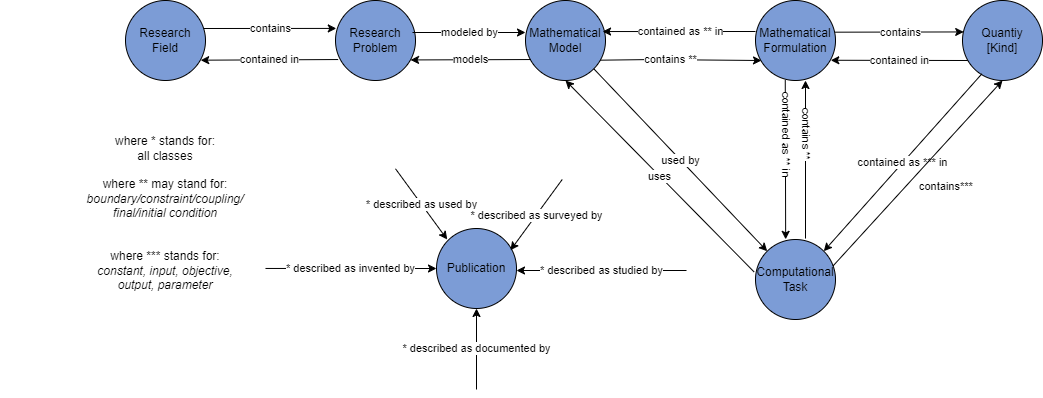
MaRDI4NFDI/MathModDB keeps this draw.io diagram as docs/customSections/images/MathModDB.png. Above is the earlier version. Source tidied: cells renumbered, new cells last; positions are measured from the earlier drawing's top-left corner, leaving out a move shared by most shapes.
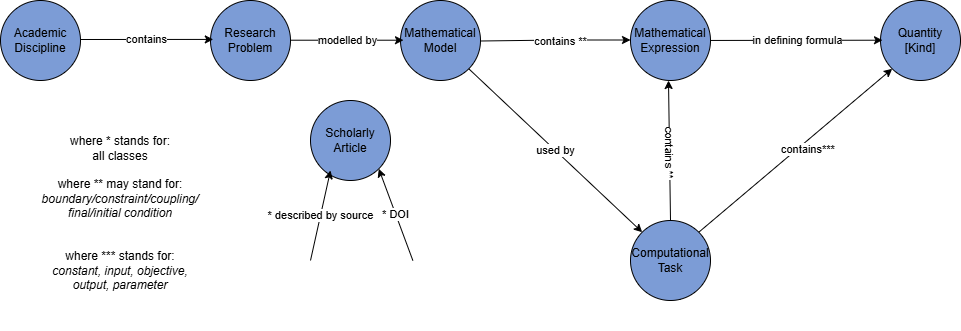
The same diagram one commit later.

Diff of the diagram source:
```diff
@@ -2,7 +2,7 @@
   <root>
     <mxCell id="0" />
     <mxCell id="1" parent="0" />
-    <mxCell id="2" value="Research&lt;br&gt;&lt;div&gt;Field&lt;/div&gt;" style="ellipse;whiteSpace=wrap;html=1;fillColor=#7c9cd6;" parent="1" vertex="1">
+    <mxCell id="2" value="Academic Discipline" style="ellipse;whiteSpace=wrap;html=1;fillColor=#7c9cd6;" parent="1" vertex="1">
       <mxGeometry x="125" width="80" height="80" as="geometry" />
     </mxCell>
     <mxCell id="3" value="Research&lt;br&gt;&lt;div&gt;Problem&lt;/div&gt;" style="ellipse;whiteSpace=wrap;html=1;fillColor=#7c9cd6;" parent="1" vertex="1">
@@ -11,100 +11,73 @@
     <mxCell id="4" value="Mathematical&lt;br&gt;Model" style="ellipse;whiteSpace=wrap;html=1;fillColor=#7c9cd6;" parent="1" vertex="1">
       <mxGeometry x="525" width="80" height="80" as="geometry" />
     </mxCell>
-    <mxCell id="5" value="Mathematical&lt;br&gt;Formulation" style="ellipse;whiteSpace=wrap;html=1;fillColor=#7c9cd6;" parent="1" vertex="1">
+    <mxCell id="5" value="Mathematical&lt;br&gt;Expression" style="ellipse;whiteSpace=wrap;html=1;fillColor=#7c9cd6;" parent="1" vertex="1">
       <mxGeometry x="755" width="80" height="80" as="geometry" />
     </mxCell>
-    <mxCell id="6" value="Quantiy&lt;br&gt;[Kind]" style="ellipse;whiteSpace=wrap;html=1;fillColor=#7c9cd6;" parent="1" vertex="1">
-      <mxGeometry x="962" width="80" height="80" as="geometry" />
+    <mxCell id="6" value="Quantity&lt;br&gt;[Kind]" style="ellipse;whiteSpace=wrap;html=1;fillColor=#7c9cd6;" parent="1" vertex="1">
+      <mxGeometry x="1005" width="80" height="80" as="geometry" />
     </mxCell>
-    <mxCell id="7" value="Computational&lt;br&gt;Task" style="ellipse;whiteSpace=wrap;html=1;fillColor=#7c9cd6;" parent="1" vertex="1">
-      <mxGeometry x="755" y="239" width="80" height="80" as="geometry" />
-    </mxCell>
-    <mxCell id="8" value="contains" style="endArrow=classic;html=1;rounded=0;entryX=0.01;entryY=0.349;entryDx=0;entryDy=0;entryPerimeter=0;" parent="1" edge="1" target="3">
+    <mxCell id="8" value="contains" style="endArrow=classic;html=1;rounded=0;entryX=0.01;entryY=0.349;entryDx=0;entryDy=0;entryPerimeter=0;" parent="1" edge="1">
       <mxGeometry relative="1" as="geometry">
-        <mxPoint x="203" y="28" as="sourcePoint" />
+        <mxPoint x="205" y="39" as="sourcePoint" />
+        <mxPoint x="337.8" y="38.9" as="targetPoint" />
       </mxGeometry>
     </mxCell>
-    <mxCell id="9" value="contained in" style="endArrow=classic;html=1;rounded=0;entryX=0.94;entryY=0.746;entryDx=0;entryDy=0;entryPerimeter=0;exitX=0.033;exitY=0.738;exitDx=0;exitDy=0;exitPerimeter=0;" parent="1" edge="1" source="3" target="2">
-      <mxGeometry relative="1" as="geometry" />
-    </mxCell>
-    <mxCell id="10" value="modeled by" style="endArrow=classic;html=1;rounded=0;entryX=0;entryY=0.4;entryDx=0;entryDy=0;entryPerimeter=0;" parent="1" edge="1" target="4">
-      <mxGeometry relative="1" as="geometry">
-        <mxPoint x="412" y="32" as="sourcePoint" />
+    <mxCell id="10" value="modelled by" style="endArrow=classic;html=1;rounded=0;entryX=0;entryY=0.4;entryDx=0;entryDy=0;entryPerimeter=0;" parent="1" edge="1">
+      <mxGeometry x="0.01" relative="1" as="geometry">
+        <mxPoint x="415" y="39.7" as="sourcePoint" />
+        <mxPoint x="528" y="39.7" as="targetPoint" />
       </mxGeometry>
     </mxCell>
-    <mxCell id="11" value="models" style="endArrow=classic;html=1;rounded=0;entryX=0.938;entryY=0.743;entryDx=0;entryDy=0;entryPerimeter=0;exitX=0.067;exitY=0.738;exitDx=0;exitDy=0;exitPerimeter=0;" parent="1" edge="1" source="4" target="3">
-      <mxGeometry relative="1" as="geometry" />
-    </mxCell>
-    <mxCell id="12" value="contains **" style="endArrow=classic;html=1;rounded=0;exitX=0.933;exitY=0.746;exitDx=0;exitDy=0;exitPerimeter=0;" parent="1" edge="1" source="4">
-      <mxGeometry relative="1" as="geometry">
-        <mxPoint x="761" y="60" as="targetPoint" />
+    <mxCell id="12" value="contains **" style="endArrow=classic;html=1;rounded=0;exitX=1;exitY=0.5;exitDx=0;exitDy=0;" parent="1" edge="1">
+      <mxGeometry x="0.07" y="-1" relative="1" as="geometry">
+        <mxPoint x="605" y="40.5" as="sourcePoint" />
+        <mxPoint x="755" y="39.5" as="targetPoint" />
         <Array as="points">
-          <mxPoint x="655" y="59" />
-          <mxPoint x="645" y="59" />
+          <mxPoint x="685" y="39.5" />
         </Array>
       </mxGeometry>
     </mxCell>
-    <mxCell id="13" value="contains" style="endArrow=classic;html=1;rounded=0;exitX=0.99;exitY=0.396;exitDx=0;exitDy=0;exitPerimeter=0;entryX=0.015;entryY=0.393;entryDx=0;entryDy=0;entryPerimeter=0;" parent="1" edge="1" source="5" target="6">
-      <mxGeometry x="0.01" relative="1" as="geometry" />
+    <mxCell id="13" value="in defining formula" style="endArrow=classic;html=1;rounded=0;exitX=0.99;exitY=0.396;exitDx=0;exitDy=0;exitPerimeter=0;entryX=0.015;entryY=0.393;entryDx=0;entryDy=0;entryPerimeter=0;" parent="1" edge="1">
+      <mxGeometry x="0.01" relative="1" as="geometry">
+        <mxPoint x="835" y="40" as="sourcePoint" />
+        <mxPoint x="1007" y="39.7" as="targetPoint" />
+      </mxGeometry>
     </mxCell>
-    <mxCell id="14" value="contain&lt;span style=&quot;background-color: light-dark(#ffffff, var(--ge-dark-color, #121212)); color: light-dark(rgb(0, 0, 0), rgb(255, 255, 255));&quot;&gt;ed in&lt;/span&gt;" style="endArrow=classic;html=1;rounded=0;entryX=0.941;entryY=0.747;entryDx=0;entryDy=0;entryPerimeter=0;exitX=0.067;exitY=0.75;exitDx=0;exitDy=0;exitPerimeter=0;" parent="1" edge="1" source="6" target="5">
-      <mxGeometry relative="1" as="geometry" />
-    </mxCell>
     <mxCell id="15" value="used by" style="endArrow=classic;html=1;rounded=0;exitX=1;exitY=1;exitDx=0;exitDy=0;entryX=0;entryY=0;entryDx=0;entryDy=0;" parent="1" edge="1" source="4" target="7">
       <mxGeometry relative="1" as="geometry" />
     </mxCell>
-    <mxCell id="16" value="uses" style="endArrow=classic;html=1;rounded=0;exitX=-0.019;exitY=0.404;exitDx=0;exitDy=0;exitPerimeter=0;entryX=0.5;entryY=1;entryDx=0;entryDy=0;" parent="1" edge="1" source="7" target="4">
-      <mxGeometry relative="1" as="geometry" />
-    </mxCell>
-    <mxCell id="17" value="contained as ** in" style="endArrow=classic;html=1;rounded=0;exitX=0.372;exitY=0.993;exitDx=0;exitDy=0;exitPerimeter=0;entryX=0.377;entryY=-0.002;entryDx=0;entryDy=0;entryPerimeter=0;textDirection=vertical-rl;" parent="1" edge="1" source="5" target="7">
-      <mxGeometry relative="1" as="geometry" />
-    </mxCell>
-    <mxCell id="18" value="contains **" style="endArrow=classic;html=1;rounded=0;exitX=0.625;exitY=-0.012;exitDx=0;exitDy=0;exitPerimeter=0;entryX=0.625;entryY=1;entryDx=0;entryDy=0;entryPerimeter=0;textDirection=vertical-lr;" parent="1" edge="1" source="7" target="5">
-      <mxGeometry relative="1" as="geometry" />
+    <mxCell id="18" value="contains **" style="endArrow=classic;html=1;rounded=0;entryX=0.625;entryY=1;entryDx=0;entryDy=0;entryPerimeter=0;textDirection=vertical-lr;exitX=0.5;exitY=0;exitDx=0;exitDy=0;" parent="1" edge="1" source="7">
+      <mxGeometry x="-0.4" y="1" relative="1" as="geometry">
+        <mxPoint x="793" y="80" as="targetPoint" />
+      </mxGeometry>
     </mxCell>
-    <mxCell id="19" value="contained as *** in" style="endArrow=classic;html=1;rounded=0;exitX=0.241;exitY=0.918;exitDx=0;exitDy=0;exitPerimeter=0;entryX=1;entryY=0;entryDx=0;entryDy=0;labelPosition=center;verticalLabelPosition=middle;align=center;verticalAlign=middle;" parent="1" edge="1" source="6" target="7">
-      <mxGeometry relative="1" as="geometry" />
-    </mxCell>
-    <mxCell id="20" value="contains***" style="endArrow=classic;html=1;rounded=0;entryX=0.5;entryY=1;entryDx=0;entryDy=0;exitX=0.967;exitY=0.333;exitDx=0;exitDy=0;exitPerimeter=0;labelPosition=right;verticalLabelPosition=bottom;align=left;verticalAlign=top;" parent="1" edge="1" source="7" target="6">
-      <mxGeometry relative="1" as="geometry" />
+    <mxCell id="20" value="contains***" style="endArrow=classic;html=1;rounded=0;entryX=0;entryY=1;entryDx=0;entryDy=0;exitX=1;exitY=0;exitDx=0;exitDy=0;labelPosition=right;verticalLabelPosition=bottom;align=left;verticalAlign=top;" parent="1" edge="1" source="7" target="6">
+      <mxGeometry x="-0.03" y="21" relative="1" as="geometry" />
     </mxCell>
-    <mxCell id="21" value="Publication" style="ellipse;whiteSpace=wrap;html=1;fillColor=#7c9cd6;" parent="1" vertex="1">
-      <mxGeometry x="436" y="228" width="80" height="80" as="geometry" />
+    <mxCell id="21" value="Scholarly Article" style="ellipse;whiteSpace=wrap;html=1;fillColor=#7c9cd6;" parent="1" vertex="1">
+      <mxGeometry x="435" y="100" width="80" height="80" as="geometry" />
     </mxCell>
-    <mxCell id="22" value="* described as used by" style="endArrow=classic;html=1;rounded=0;entryX=0;entryY=0;entryDx=0;entryDy=0;" parent="1" edge="1">
-      <mxGeometry relative="1" as="geometry">
-        <mxPoint x="395" y="168.3" as="sourcePoint" />
-        <mxPoint x="446.7" y="239" as="targetPoint" />
-      </mxGeometry>
-    </mxCell>
-    <mxCell id="23" value="* described as studied by" style="endArrow=classic;html=1;rounded=0;entryX=1;entryY=0.5;entryDx=0;entryDy=0;" parent="1" edge="1">
-      <mxGeometry relative="1" as="geometry">
-        <mxPoint x="686" y="270" as="sourcePoint" />
-        <mxPoint x="516" y="270" as="targetPoint" />
-      </mxGeometry>
-    </mxCell>
-    <mxCell id="24" value="* described as documented by" style="endArrow=classic;html=1;rounded=0;entryX=0.5;entryY=1;entryDx=0;entryDy=0;" parent="1" edge="1" target="21">
-      <mxGeometry relative="1" as="geometry">
-        <mxPoint x="476" y="389" as="sourcePoint" />
+    <mxCell id="24" value="* described by source" style="endArrow=classic;html=1;rounded=0;entryX=0.25;entryY=0.875;entryDx=0;entryDy=0;entryPerimeter=0;" parent="1" edge="1" target="21">
+      <mxGeometry x="-0.01" relative="1" as="geometry">
+        <mxPoint x="435" y="260" as="sourcePoint" />
       </mxGeometry>
     </mxCell>
-    <mxCell id="25" value="* described as invented by" style="endArrow=classic;html=1;rounded=0;entryX=0;entryY=0.5;entryDx=0;entryDy=0;exitX=0.803;exitY=0.718;exitDx=0;exitDy=0;exitPerimeter=0;" parent="1" edge="1" source="27" target="21">
-      <mxGeometry relative="1" as="geometry" />
-    </mxCell>
-    <mxCell id="26" value="* described as surveyed by" style="endArrow=classic;html=1;rounded=0;entryX=1;entryY=0;entryDx=0;entryDy=0;" parent="1" edge="1">
-      <mxGeometry relative="1" as="geometry">
-        <mxPoint x="561.7" y="179" as="sourcePoint" />
-        <mxPoint x="510" y="249.7" as="targetPoint" />
-      </mxGeometry>
-    </mxCell>
     <mxCell id="27" value="where * stands for:&lt;br&gt;&lt;div&gt;all classes&lt;/div&gt;&lt;div&gt;&lt;br&gt;&lt;/div&gt;where ** may stand for:&lt;br&gt;&lt;i&gt;boundary/&lt;/i&gt;&lt;i&gt;constraint/coupling/&lt;br&gt;&lt;/i&gt;&lt;i&gt;final/&lt;/i&gt;&lt;i style=&quot;background-color: transparent; color: light-dark(rgb(0, 0, 0), rgb(255, 255, 255));&quot;&gt;initial&amp;nbsp;&lt;/i&gt;&lt;i style=&quot;background-color: transparent; color: light-dark(rgb(0, 0, 0), rgb(255, 255, 255));&quot;&gt;condition&lt;/i&gt;&lt;div&gt;&lt;div&gt;&lt;i&gt;&lt;br&gt;&lt;/i&gt;&lt;div&gt;&lt;br&gt;&lt;/div&gt;&lt;div&gt;where *** stands for:&lt;/div&gt;&lt;i&gt;constant,&amp;nbsp;&lt;/i&gt;&lt;i&gt;input,&amp;nbsp;&lt;/i&gt;&lt;i style=&quot;background-color: transparent; color: light-dark(rgb(0, 0, 0), rgb(255, 255, 255));&quot;&gt;objective,&lt;/i&gt;&lt;/div&gt;&lt;div&gt;&lt;i style=&quot;background-color: transparent; color: light-dark(rgb(0, 0, 0), rgb(255, 255, 255));&quot;&gt;output, parameter&lt;/i&gt;&lt;/div&gt;&lt;div&gt;&lt;i&gt;&lt;br&gt;&lt;/i&gt;&lt;/div&gt;&lt;/div&gt;" style="text;html=1;align=center;verticalAlign=middle;whiteSpace=wrap;rounded=0;" parent="1" vertex="1">
-      <mxGeometry y="110" width="330" height="220" as="geometry" />
+      <mxGeometry x="125" y="110" width="240" height="220" as="geometry" />
     </mxCell>
-    <mxCell id="28" value="contain&lt;span style=&quot;background-color: light-dark(#ffffff, var(--ge-dark-color, #121212)); color: light-dark(rgb(0, 0, 0), rgb(255, 255, 255));&quot;&gt;ed as ** in&lt;/span&gt;" style="endArrow=classic;html=1;rounded=0;entryX=0.963;entryY=0.388;entryDx=0;entryDy=0;entryPerimeter=0;" parent="1" edge="1" target="4">
-      <mxGeometry x="-0.02" relative="1" as="geometry">
-        <mxPoint x="755" y="31" as="sourcePoint" />
-      </mxGeometry>
-    </mxCell>
+    <mxCell id="29" value="* DOI" style="endArrow=classic;html=1;rounded=0;entryX=1;entryY=1;entryDx=0;entryDy=0;" parent="1" edge="1" target="21">
+      <mxGeometry relative="1" as="geometry">
+        <mxPoint x="537.4" y="260" as="sourcePoint" />
+      </mxGeometry>
+    </mxCell>
+    <mxCell id="30" style="endArrow=classic;html=1;rounded=0;exitX=0.625;exitY=-0.012;exitDx=0;exitDy=0;exitPerimeter=0;entryX=0.625;entryY=1;entryDx=0;entryDy=0;entryPerimeter=0;textDirection=vertical-lr;" parent="1" edge="1" target="7">
+      <mxGeometry relative="1" as="geometry">
+        <mxPoint x="793" y="238" as="sourcePoint" />
+      </mxGeometry>
+    </mxCell>
+    <mxCell id="7" value="Computational&lt;br&gt;Task" style="ellipse;whiteSpace=wrap;html=1;fillColor=#7c9cd6;" parent="1" vertex="1">
+      <mxGeometry x="755" y="220" width="80" height="80" as="geometry" />
+    </mxCell>
   </root>
 </mxGraphModel>
```
